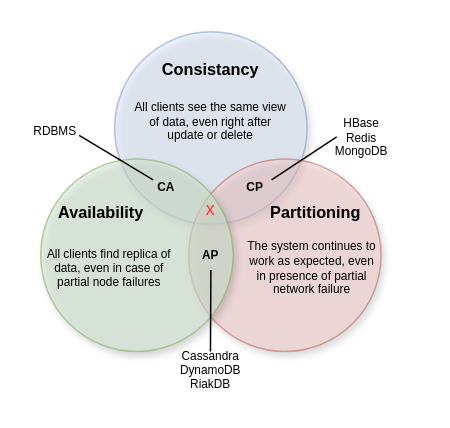
This is diagrams/CAP.drawio from MilosSimic/phd-thesis, a draw.io file, before an edit. Source tidied: cells renumbered, new cells numbered last; positions are measured from the earlier drawing's top-left corner, leaving out a move shared by most shapes. Both pictures are drawn from the tidied source at 148%, with x=0, y=0 at pixel (25, 31).
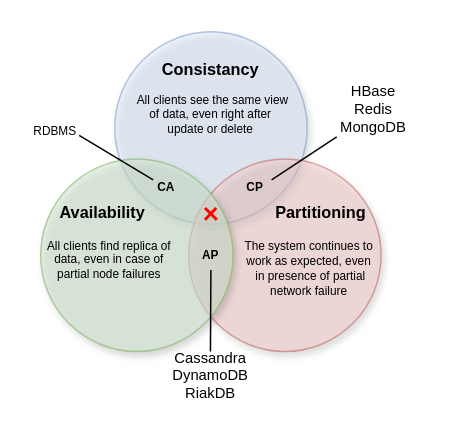
The same diagram, later.

Unchanged cells that the change refers to:
```xml
<mxCell id="12" value="&lt;b&gt;AP&lt;/b&gt;" style="text;html=1;strokeColor=none;fillColor=none;align=center;verticalAlign=middle;whiteSpace=wrap;rounded=0;labelBackgroundColor=none;fontSize=8;" parent="1" vertex="1">
  <mxGeometry x="115" y="141" width="20" height="20" as="geometry" />
</mxCell>
```

Diff of the diagram source:
```diff
@@
-    <mxCell id="2" style="ellipse;whiteSpace=wrap;html=1;fillColor=#dae8fc;strokeColor=#6c8ebf;opacity=50;shadow=1;" parent="1" vertex="1">
-      <mxGeometry x="60" width="130" height="130" as="geometry" />
-    </mxCell>
-    <mxCell id="3" style="ellipse;whiteSpace=wrap;html=1;fillColor=#f8cecc;strokeColor=#b85450;opacity=50;shadow=1;" parent="1" vertex="1">
-      <mxGeometry x="110" y="86" width="130" height="130" as="geometry" />
-    </mxCell>
-    <mxCell id="4" style="ellipse;whiteSpace=wrap;html=1;fillColor=#d5e8d4;strokeColor=#82b366;opacity=60;shadow=1;" parent="1" vertex="1">
-      <mxGeometry x="10" y="86" width="130" height="130" as="geometry" />
-    </mxCell>
+    <mxCell id="21" style="ellipse;whiteSpace=wrap;html=1;fillColor=#dae8fc;strokeColor=#6c8ebf;opacity=50;shadow=1;" parent="1" vertex="1">
+      <mxGeometry x="60" width="130" height="130" as="geometry" />
+    </mxCell>
+    <mxCell id="22" style="ellipse;whiteSpace=wrap;html=1;fillColor=#f8cecc;strokeColor=#b85450;opacity=50;shadow=1;" parent="1" vertex="1">
+      <mxGeometry x="110" y="86" width="130" height="130" as="geometry" />
+    </mxCell>
+    <mxCell id="23" style="ellipse;whiteSpace=wrap;html=1;fillColor=#d5e8d4;strokeColor=#82b366;opacity=60;shadow=1;" parent="1" vertex="1">
+      <mxGeometry x="10" y="86" width="130" height="130" as="geometry" />
+    </mxCell>
@@
     <mxCell id="6" value="Availability" style="text;html=1;strokeColor=none;fillColor=none;align=center;verticalAlign=middle;whiteSpace=wrap;rounded=0;opacity=50;fontStyle=1;fontSize=11;" parent="1" vertex="1">
-      <mxGeometry x="22.2" y="114.5" width="57.8" height="15" as="geometry" />
+      <mxGeometry x="17" y="114.5" width="70" height="15" as="geometry" />
     </mxCell>
     <mxCell id="7" value="Partitioning" style="text;html=1;strokeColor=none;fillColor=none;align=center;verticalAlign=middle;whiteSpace=wrap;rounded=0;opacity=50;fontStyle=1;fontSize=11;" parent="1" vertex="1">
-      <mxGeometry x="165" y="114" width="61.5" height="16" as="geometry" />
+      <mxGeometry x="162" y="114" width="75" height="16" as="geometry" />
     </mxCell>
-    <mxCell id="8" value="&lt;font color=&quot;#ff3333&quot;&gt;x&lt;/font&gt;" style="text;html=1;strokeColor=none;fillColor=none;align=center;verticalAlign=middle;whiteSpace=wrap;rounded=0;" parent="1" vertex="1">
-      <mxGeometry x="120" y="110" width="10" height="20" as="geometry" />
-    </mxCell>
-    <mxCell id="9" value="All clients see the same view of data, even right after update or delete" style="text;html=1;strokeColor=none;fillColor=none;align=center;verticalAlign=middle;whiteSpace=wrap;rounded=0;fontSize=8;" parent="1" vertex="1">
-      <mxGeometry x="70" y="36" width="110" height="50" as="geometry" />
-    </mxCell>
-    <mxCell id="10" value="All clients find replica of data, even in case of partial node failures" style="text;html=1;strokeColor=none;fillColor=none;align=center;verticalAlign=middle;whiteSpace=wrap;rounded=0;fontSize=8;" parent="1" vertex="1">
-      <mxGeometry x="10" y="140" width="93" height="40" as="geometry" />
-    </mxCell>
-    <mxCell id="11" value="The system continues to work as expected, even in presence of partial network failure" style="text;html=1;strokeColor=none;fillColor=none;align=center;verticalAlign=middle;whiteSpace=wrap;rounded=0;fontSize=8;labelBackgroundColor=none;labelPosition=center;verticalLabelPosition=middle;" parent="1" vertex="1">
-      <mxGeometry x="147" y="140" width="93" height="40" as="geometry" />
-    </mxCell>
@@
-    <mxCell id="15" style="endArrow=none;html=1;fontSize=8;entryX=0.5;entryY=1;entryDx=0;entryDy=0;" parent="1" edge="1" target="12">
-      <mxGeometry relative="1" as="geometry">
-        <mxPoint x="124.7" y="216" as="sourcePoint" />
-      </mxGeometry>
-    </mxCell>
-    <mxCell id="16" style="endArrow=none;html=1;fontSize=8;" parent="1" edge="1">
-      <mxGeometry relative="1" as="geometry">
-        <mxPoint x="166" y="100" as="sourcePoint" />
-        <mxPoint x="210" y="71" as="targetPoint" />
-      </mxGeometry>
-    </mxCell>
-    <mxCell id="17" style="endArrow=none;html=1;fontSize=8;" parent="1" edge="1">
-      <mxGeometry relative="1" as="geometry">
-        <mxPoint x="36" y="70" as="sourcePoint" />
-        <mxPoint x="86" y="100" as="targetPoint" />
-      </mxGeometry>
-    </mxCell>
-    <mxCell id="18" value="Cassandra&lt;br&gt;DynamoDB&lt;br&gt;RiakDB" style="text;html=1;strokeColor=none;fillColor=none;align=center;verticalAlign=middle;whiteSpace=wrap;rounded=0;labelBackgroundColor=none;fontSize=8;" parent="1" vertex="1">
-      <mxGeometry x="105" y="219" width="40" height="20" as="geometry" />
-    </mxCell>
-    <mxCell id="19" value="HBase&lt;br&gt;Redis&lt;br&gt;MongoDB" style="text;html=1;strokeColor=none;fillColor=none;align=center;verticalAlign=middle;whiteSpace=wrap;rounded=0;labelBackgroundColor=none;fontSize=8;" parent="1" vertex="1">
-      <mxGeometry x="207" y="62" width="40" height="20" as="geometry" />
-    </mxCell>
+    <mxCell id="24" style="endArrow=none;html=1;fontSize=8;entryX=0.5;entryY=1;entryDx=0;entryDy=0;" parent="1" edge="1" target="12">
+      <mxGeometry relative="1" as="geometry">
+        <mxPoint x="124.7" y="216" as="sourcePoint" />
+      </mxGeometry>
+    </mxCell>
+    <mxCell id="25" style="endArrow=none;html=1;fontSize=8;" parent="1" edge="1">
+      <mxGeometry relative="1" as="geometry">
+        <mxPoint x="166" y="100" as="sourcePoint" />
+        <mxPoint x="210" y="71" as="targetPoint" />
+      </mxGeometry>
+    </mxCell>
+    <mxCell id="26" style="endArrow=none;html=1;fontSize=8;" parent="1" edge="1">
+      <mxGeometry relative="1" as="geometry">
+        <mxPoint x="36" y="70" as="sourcePoint" />
+        <mxPoint x="86" y="100" as="targetPoint" />
+      </mxGeometry>
+    </mxCell>
@@
+    <mxCell id="27" style="group;" parent="1" vertex="1">
+      <mxGeometry x="121" y="119" width="8" height="8" as="geometry" />
+    </mxCell>
+    <mxCell id="28" style="endArrow=none;html=1;strokeWidth=2;strokeColor=#FF0000;labelBackgroundColor=none;noLabel=1;fontColor=none;" parent="1" edge="1">
+      <mxGeometry x="291" y="1379" as="geometry">
+        <mxPoint x="121" y="119" as="sourcePoint" />
+        <mxPoint x="129" y="127" as="targetPoint" />
+      </mxGeometry>
+    </mxCell>
+    <mxCell id="29" style="endArrow=none;html=1;strokeWidth=2;strokeColor=#FF0000;labelBackgroundColor=none;" parent="1" edge="1">
+      <mxGeometry x="291" y="1379" as="geometry">
+        <mxPoint x="121" y="127" as="sourcePoint" />
+        <mxPoint x="128.6" y="119" as="targetPoint" />
+      </mxGeometry>
+    </mxCell>
+    <mxCell id="30" style="group;" parent="1" vertex="1">
+      <mxGeometry x="145" y="140" width="93" height="40" as="geometry" />
+    </mxCell>
+    <mxCell id="31" value="The system continues to" style="text;html=1;strokeColor=none;fillColor=none;align=center;verticalAlign=middle;whiteSpace=wrap;rounded=0;fontSize=8;labelBackgroundColor=none;labelPosition=center;verticalLabelPosition=middle;" parent="30" vertex="1">
+      <mxGeometry width="93" height="10" as="geometry" />
+    </mxCell>
+    <mxCell id="32" value="work as expected, even" style="text;html=1;strokeColor=none;fillColor=none;align=center;verticalAlign=middle;whiteSpace=wrap;rounded=0;fontSize=8;labelBackgroundColor=none;labelPosition=center;verticalLabelPosition=middle;" parent="30" vertex="1">
+      <mxGeometry y="10" width="93" height="10" as="geometry" />
+    </mxCell>
+    <mxCell id="33" value="&amp;nbsp;in presence of partial" style="text;html=1;strokeColor=none;fillColor=none;align=center;verticalAlign=middle;whiteSpace=wrap;rounded=0;fontSize=8;labelBackgroundColor=none;labelPosition=center;verticalLabelPosition=middle;" parent="30" vertex="1">
+      <mxGeometry y="20" width="93" height="10" as="geometry" />
+    </mxCell>
+    <mxCell id="34" value="network failure" style="text;html=1;strokeColor=none;fillColor=none;align=center;verticalAlign=middle;whiteSpace=wrap;rounded=0;fontSize=8;labelBackgroundColor=none;labelPosition=center;verticalLabelPosition=middle;" parent="30" vertex="1">
+      <mxGeometry y="30" width="93" height="10" as="geometry" />
+    </mxCell>
+    <mxCell id="35" style="group;" parent="1" vertex="1">
+      <mxGeometry x="10" y="140" width="93" height="29" as="geometry" />
+    </mxCell>
+    <mxCell id="36" value="All clients find replica of" style="text;html=1;strokeColor=none;fillColor=none;align=center;verticalAlign=middle;whiteSpace=wrap;rounded=0;fontSize=8;" parent="35" vertex="1">
+      <mxGeometry width="93" height="9" as="geometry" />
+    </mxCell>
+    <mxCell id="37" value="data, even in case of" style="text;html=1;strokeColor=none;fillColor=none;align=center;verticalAlign=middle;whiteSpace=wrap;rounded=0;fontSize=8;" parent="35" vertex="1">
+      <mxGeometry y="9" width="93" height="10" as="geometry" />
+    </mxCell>
+    <mxCell id="38" value="partial node failures" style="text;html=1;strokeColor=none;fillColor=none;align=center;verticalAlign=middle;whiteSpace=wrap;rounded=0;fontSize=8;" parent="35" vertex="1">
+      <mxGeometry y="19" width="93" height="10" as="geometry" />
+    </mxCell>
+    <mxCell id="39" value="Cassandra" style="text;html=1;strokeColor=none;fillColor=none;align=center;verticalAlign=middle;whiteSpace=wrap;rounded=0;labelBackgroundColor=none;fontSize=10;" parent="1" vertex="1">
+      <mxGeometry x="90" y="216" width="70" height="8" as="geometry" />
+    </mxCell>
+    <mxCell id="40" value="DynamoDB" style="text;html=1;strokeColor=none;fillColor=none;align=center;verticalAlign=middle;whiteSpace=wrap;rounded=0;labelBackgroundColor=none;fontSize=10;" parent="1" vertex="1">
+      <mxGeometry x="90" y="228" width="70" height="8" as="geometry" />
+    </mxCell>
+    <mxCell id="41" value="RiakDB" style="text;html=1;strokeColor=none;fillColor=none;align=center;verticalAlign=middle;whiteSpace=wrap;rounded=0;labelBackgroundColor=none;fontSize=10;" parent="1" vertex="1">
+      <mxGeometry x="90" y="240" width="70" height="8" as="geometry" />
+    </mxCell>
+    <mxCell id="42" value="HBase" style="text;html=1;strokeColor=none;fillColor=none;align=center;verticalAlign=middle;whiteSpace=wrap;rounded=0;labelBackgroundColor=none;fontSize=10;" parent="1" vertex="1">
+      <mxGeometry x="200" y="36" width="70" height="8" as="geometry" />
+    </mxCell>
+    <mxCell id="43" value="Redis" style="text;html=1;strokeColor=none;fillColor=none;align=center;verticalAlign=middle;whiteSpace=wrap;rounded=0;labelBackgroundColor=none;fontSize=10;" parent="1" vertex="1">
+      <mxGeometry x="200" y="48" width="70" height="8" as="geometry" />
+    </mxCell>
+    <mxCell id="44" value="MongoDB" style="text;html=1;strokeColor=none;fillColor=none;align=center;verticalAlign=middle;whiteSpace=wrap;rounded=0;labelBackgroundColor=none;fontSize=10;" parent="1" vertex="1">
+      <mxGeometry x="200" y="60" width="70" height="8" as="geometry" />
+    </mxCell>
+    <mxCell id="45" value="All clients see the same view" style="text;html=1;strokeColor=none;fillColor=none;align=center;verticalAlign=middle;whiteSpace=wrap;rounded=0;fontSize=8;" parent="1" vertex="1">
+      <mxGeometry x="70" y="41" width="113" height="10" as="geometry" />
+    </mxCell>
+    <mxCell id="46" value="update or delete" style="text;html=1;strokeColor=none;fillColor=none;align=center;verticalAlign=middle;whiteSpace=wrap;rounded=0;fontSize=8;" parent="1" vertex="1">
+      <mxGeometry x="70" y="61" width="110" height="10" as="geometry" />
+    </mxCell>
+    <mxCell id="47" value="of data, even right after" style="text;html=1;strokeColor=none;fillColor=none;align=center;verticalAlign=middle;whiteSpace=wrap;rounded=0;fontSize=8;" parent="1" vertex="1">
+      <mxGeometry x="70" y="51" width="110" height="10" as="geometry" />
+    </mxCell>
```
